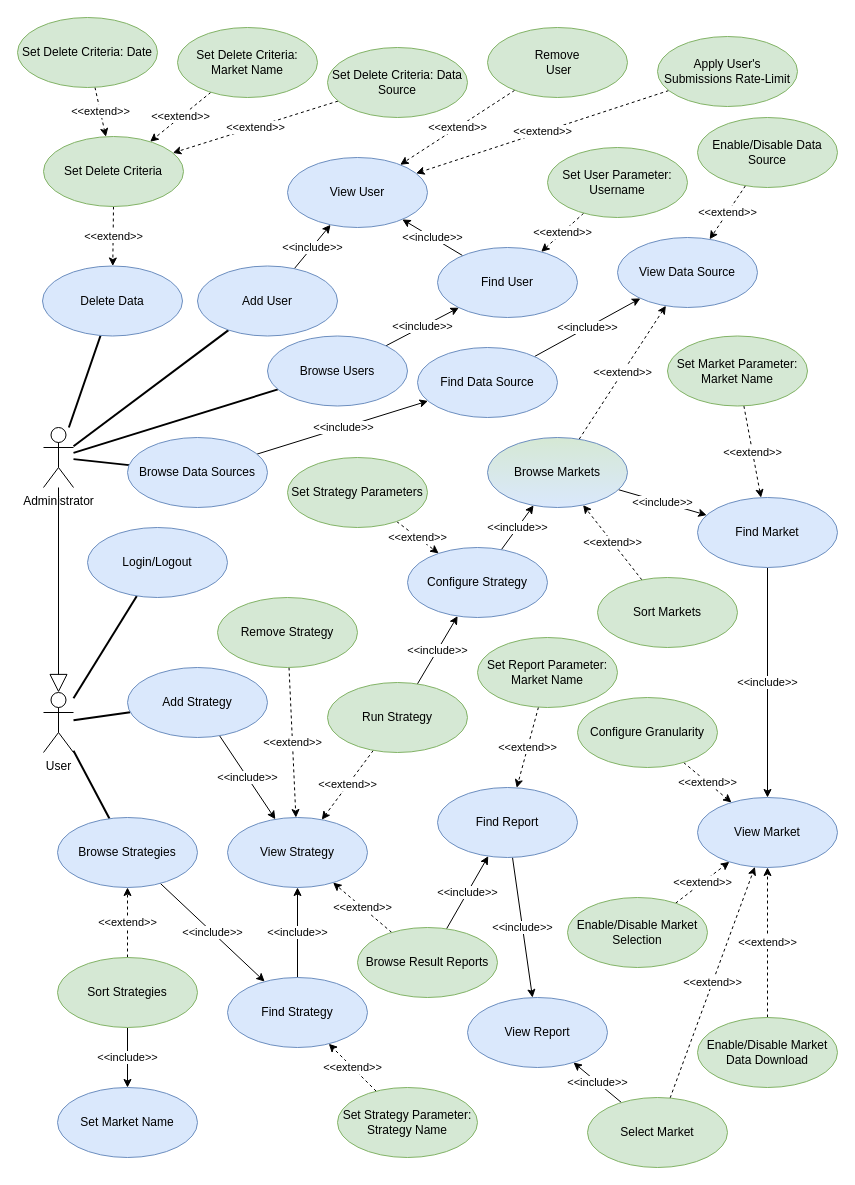
Before: drawio/usecases.drawio in nferrante1/lsmsd2, a draw.io diagram. Source tidied: cells renumbered, new cells numbered last; positions are measured from the earlier drawing's top-left corner, leaving out a move shared by most shapes. Both pictures are drawn from the tidied source at 100%, with x=0, y=0 at pixel (17, 17).
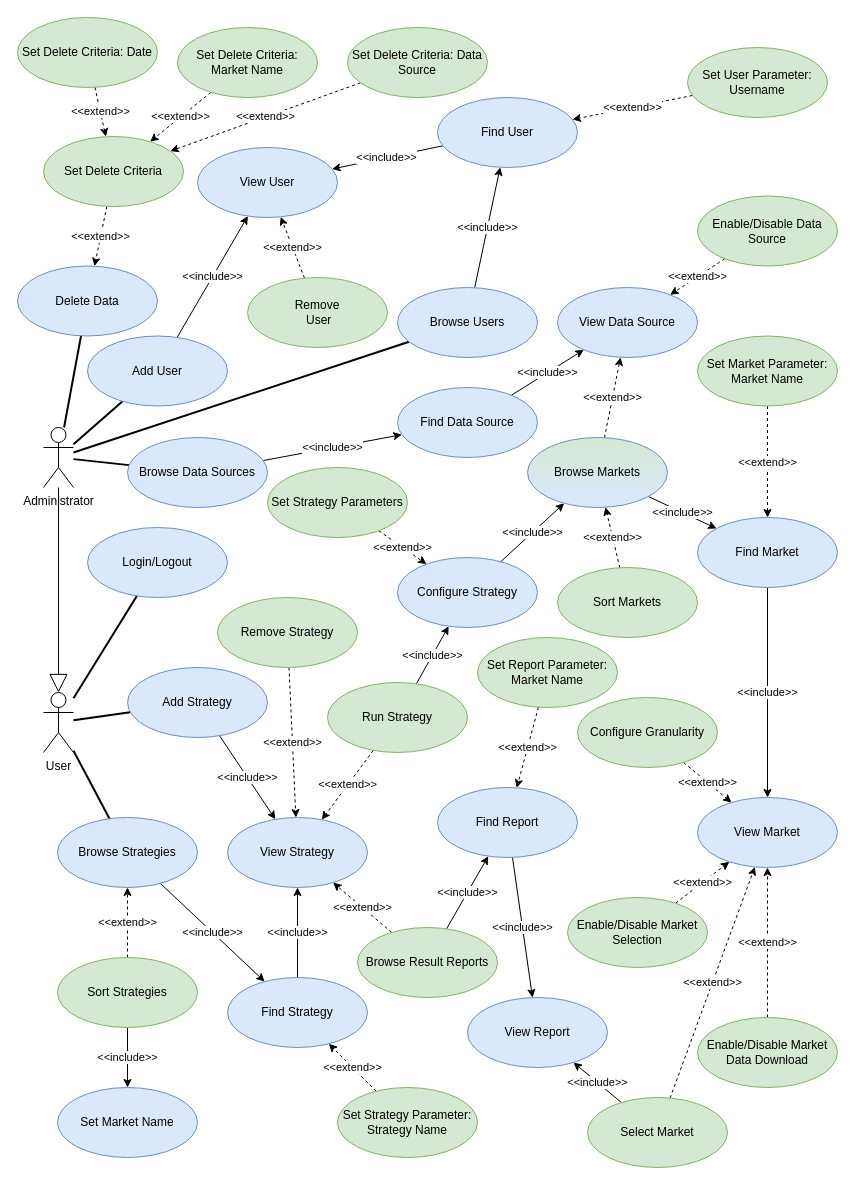
Above is the later version.

Commit message:
Remove user's submission rate limit

The edit, as a diff of the source:
```diff
@@
     <mxCell id="8" value="Add User" style="ellipse;whiteSpace=wrap;html=1;fillColor=#dae8fc;strokeColor=#6c8ebf;" parent="1" vertex="1">
-      <mxGeometry x="180" y="248.5" width="140" height="70" as="geometry" />
+      <mxGeometry x="70" y="318.5" width="140" height="70" as="geometry" />
     </mxCell>
@@
     <mxCell id="10" value="&lt;div&gt;Remove&lt;/div&gt;&amp;nbsp;User" style="ellipse;whiteSpace=wrap;html=1;fillColor=#d5e8d4;strokeColor=#82b366;" parent="1" vertex="1">
-      <mxGeometry x="470" y="10" width="140" height="70" as="geometry" />
+      <mxGeometry x="230" y="260" width="140" height="70" as="geometry" />
     </mxCell>
     <mxCell id="11" value="View Data Source" style="ellipse;whiteSpace=wrap;html=1;fillColor=#dae8fc;strokeColor=#6c8ebf;" parent="1" vertex="1">
-      <mxGeometry x="600" y="220" width="140" height="70" as="geometry" />
+      <mxGeometry x="540" y="270" width="140" height="70" as="geometry" />
     </mxCell>
@@
     <mxCell id="13" value="Enable/Disable Data Source" style="ellipse;whiteSpace=wrap;html=1;fillColor=#d5e8d4;strokeColor=#82b366;" parent="1" vertex="1">
-      <mxGeometry x="680" y="100" width="140" height="70" as="geometry" />
+      <mxGeometry x="680" y="178.5" width="140" height="70" as="geometry" />
     </mxCell>
     <mxCell id="14" value="View User" style="ellipse;whiteSpace=wrap;html=1;fillColor=#dae8fc;strokeColor=#6c8ebf;" parent="1" vertex="1">
-      <mxGeometry x="270" y="140" width="140" height="70" as="geometry" />
+      <mxGeometry x="180" y="130" width="140" height="70" as="geometry" />
     </mxCell>
@@
     <mxCell id="16" value="Browse Users" style="ellipse;whiteSpace=wrap;html=1;fillColor=#dae8fc;strokeColor=#6c8ebf;" parent="1" vertex="1">
-      <mxGeometry x="250" y="318.5" width="140" height="70" as="geometry" />
+      <mxGeometry x="380" y="270" width="140" height="70" as="geometry" />
     </mxCell>
@@
     <mxCell id="18" value="Find User" style="ellipse;whiteSpace=wrap;html=1;fillColor=#dae8fc;strokeColor=#6c8ebf;" parent="1" vertex="1">
-      <mxGeometry x="420" y="230" width="140" height="70" as="geometry" />
+      <mxGeometry x="420" y="80" width="140" height="70" as="geometry" />
     </mxCell>
@@
     <mxCell id="20" value="Set User Parameter: Username" style="ellipse;whiteSpace=wrap;html=1;fillColor=#d5e8d4;strokeColor=#82b366;" parent="1" vertex="1">
-      <mxGeometry x="530" y="130" width="140" height="70" as="geometry" />
+      <mxGeometry x="670" y="30" width="140" height="70" as="geometry" />
     </mxCell>
@@
-    <mxCell id="22" value="&amp;lt;&amp;lt;extend&amp;gt;&amp;gt;" style="rounded=0;jettySize=auto;html=1;dashed=1;" parent="1" edge="1" source="23" target="14">
-      <mxGeometry relative="1" as="geometry" />
-    </mxCell>
-    <mxCell id="23" value="Apply User's Submissions Rate-Limit" style="ellipse;whiteSpace=wrap;html=1;fillColor=#d5e8d4;strokeColor=#82b366;" parent="1" vertex="1">
-      <mxGeometry x="640" y="19" width="140" height="70" as="geometry" />
-    </mxCell>
     <mxCell id="24" value="Delete Data" style="ellipse;whiteSpace=wrap;html=1;fillColor=#dae8fc;strokeColor=#6c8ebf;" parent="1" vertex="1">
-      <mxGeometry x="25" y="248.5" width="140" height="70" as="geometry" />
+      <mxGeometry y="248.5" width="140" height="70" as="geometry" />
     </mxCell>
@@
     <mxCell id="30" value="Find Data Source" style="ellipse;whiteSpace=wrap;html=1;fillColor=#dae8fc;strokeColor=#6c8ebf;" parent="1" vertex="1">
-      <mxGeometry x="400" y="330" width="140" height="70" as="geometry" />
+      <mxGeometry x="380" y="370" width="140" height="70" as="geometry" />
     </mxCell>
@@
     <mxCell id="36" value="Set Delete Criteria: Data Source" style="ellipse;whiteSpace=wrap;html=1;fillColor=#d5e8d4;strokeColor=#82b366;" parent="1" vertex="1">
-      <mxGeometry x="310" y="30" width="140" height="70" as="geometry" />
+      <mxGeometry x="330" y="10" width="140" height="70" as="geometry" />
     </mxCell>
@@
     <mxCell id="45" value="Find Market" style="ellipse;whiteSpace=wrap;html=1;fillColor=#dae8fc;strokeColor=#6c8ebf;" parent="1" vertex="1">
-      <mxGeometry x="680" y="480" width="140" height="70" as="geometry" />
+      <mxGeometry x="680" y="500" width="140" height="70" as="geometry" />
     </mxCell>
@@
     <mxCell id="47" value="Set Market Parameter: Market Name" style="ellipse;whiteSpace=wrap;html=1;fillColor=#d5e8d4;strokeColor=#82b366;" parent="1" vertex="1">
-      <mxGeometry x="650" y="318.5" width="140" height="70" as="geometry" />
+      <mxGeometry x="680" y="318.5" width="140" height="70" as="geometry" />
     </mxCell>
@@
     <mxCell id="70" value="Configure Strategy" style="ellipse;whiteSpace=wrap;html=1;fillColor=#dae8fc;strokeColor=#6c8ebf;" parent="1" vertex="1">
-      <mxGeometry x="390" y="530" width="140" height="70" as="geometry" />
+      <mxGeometry x="380" y="540" width="140" height="70" as="geometry" />
     </mxCell>
@@
     <mxCell id="72" value="Set Strategy Parameters" style="ellipse;whiteSpace=wrap;html=1;fillColor=#d5e8d4;strokeColor=#82b366;" parent="1" vertex="1">
-      <mxGeometry x="270" y="440" width="140" height="70" as="geometry" />
+      <mxGeometry x="250" y="450" width="140" height="70" as="geometry" />
     </mxCell>
@@
     <mxCell id="74" value="Sort Markets" style="ellipse;whiteSpace=wrap;html=1;fillColor=#d5e8d4;strokeColor=#82b366;" parent="1" vertex="1">
-      <mxGeometry x="580" y="560" width="140" height="70" as="geometry" />
+      <mxGeometry x="540" y="550" width="140" height="70" as="geometry" />
     </mxCell>
@@
     <mxCell id="83" value="Browse Markets" style="ellipse;whiteSpace=wrap;html=1;fillColor=#dae8fc;strokeColor=#6c8ebf;gradientDirection=north;gradientColor=#D5E8D4;" parent="1" vertex="1">
-      <mxGeometry x="470" y="420" width="140" height="70" as="geometry" />
+      <mxGeometry x="510" y="420" width="140" height="70" as="geometry" />
     </mxCell>
```
